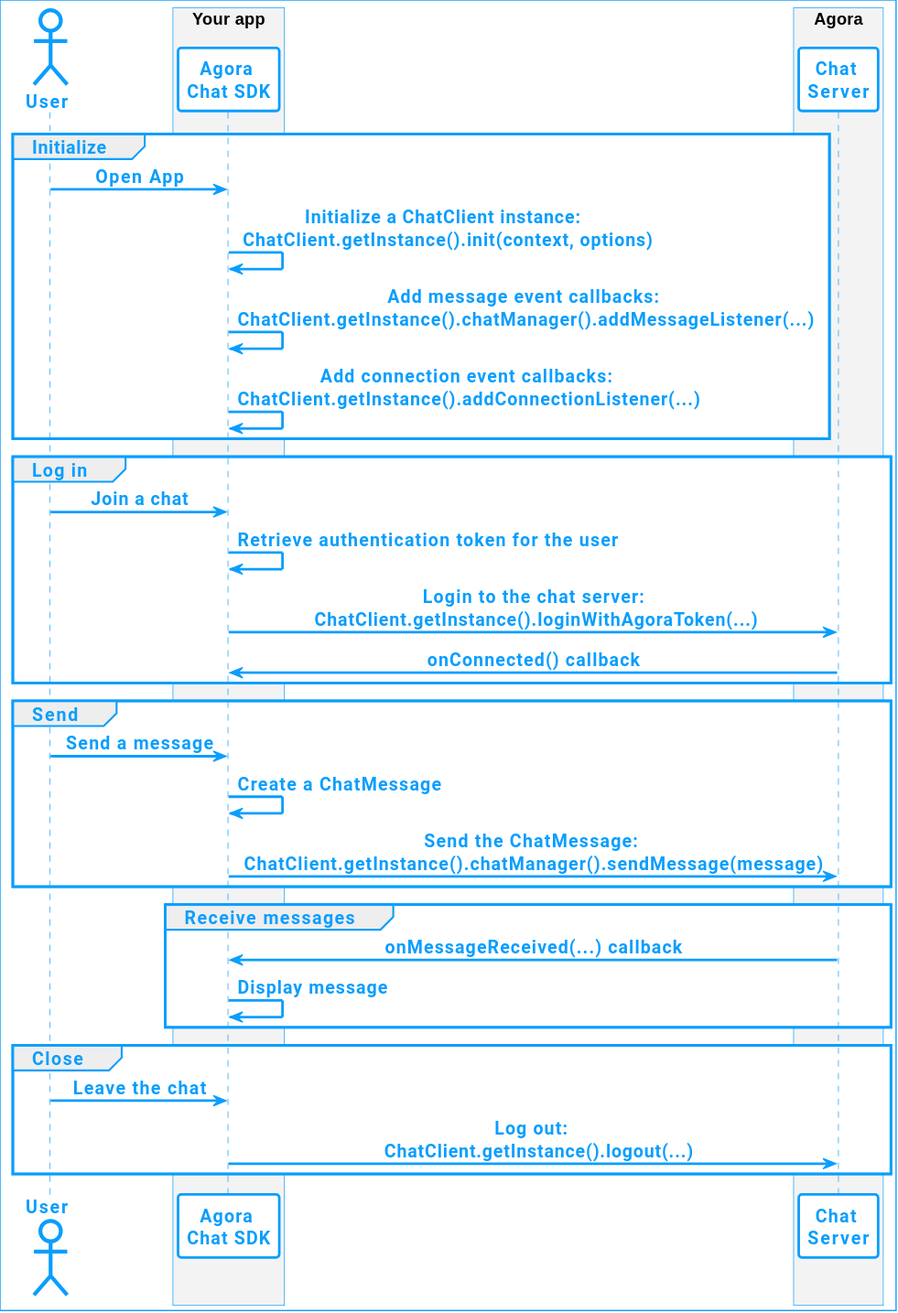
Before: assets/images/chat/chat-call-logic-android.svg, a diagram exported from PlantUML (AgoraIO/Docs-Source).
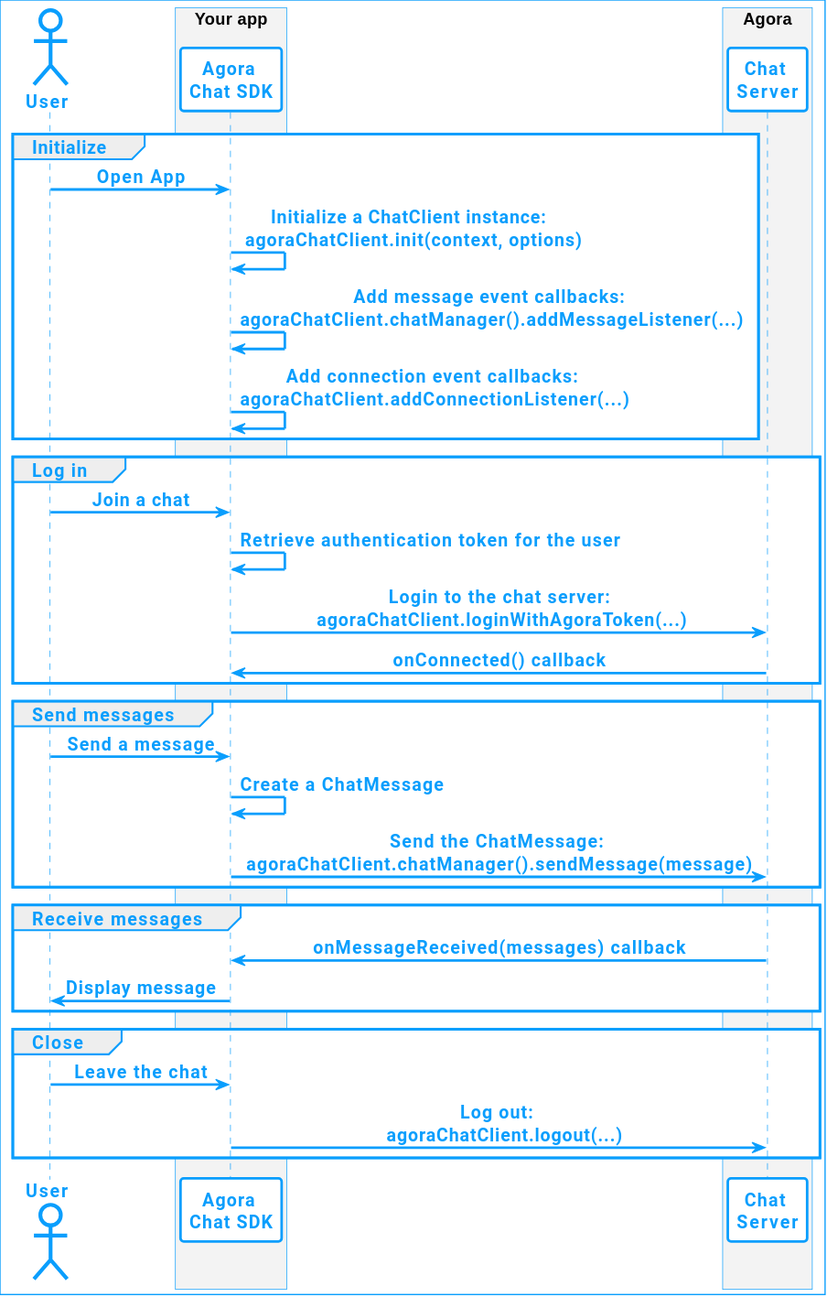
After the commit.

Diff of the diagram source:
```diff
@@ -13,31 +13,31 @@
 
 group Initialize
 USR -> APP: Open App
-APP -> APP: Initialize a ChatClient instance: \n ChatClient.getInstance().init(context, options)
-APP -> APP: Add message event callbacks: \nChatClient.getInstance().chatManager().addMessageListener(...)
-APP -> APP: Add connection event callbacks: \nChatClient.getInstance().addConnectionListener(...)
+APP -> APP: Initialize a ChatClient instance: \n agoraChatClient.init(context, options)
+APP -> APP: Add message event callbacks: \nagoraChatClient.chatManager().addMessageListener(...)
+APP -> APP: Add connection event callbacks: \nagoraChatClient.addConnectionListener(...)
 end
 
 group Log in
 USR -> APP: Join a chat
 APP -> APP: Retrieve authentication token for the user
-APP -> API: Login to the chat server:\n ChatClient.getInstance().loginWithAgoraToken(...)
+APP -> API: Login to the chat server:\n agoraChatClient.loginWithAgoraToken(...)
 API -> APP: onConnected() callback
 end
 
-group Send
+group Send messages
 USR -> APP: Send a message
 APP -> APP: Create a ChatMessage
-APP -> API: Send the ChatMessage: \nChatClient.getInstance().chatManager().sendMessage(message)
+APP -> API: Send the ChatMessage: \nagoraChatClient.chatManager().sendMessage(message)
 end
 
 group Receive messages
-APP <- API: onMessageReceived(...) callback
-APP -> APP: Display message
+APP <- API: onMessageReceived(messages) callback
+APP -> USR: Display message
 end
 
 group Close
 USR -> APP: Leave the chat
-APP -> API: Log out: \n  ChatClient.getInstance().logout(...)
+APP -> API: Log out: \n  agoraChatClient.logout(...)
 end
 @enduml
```
